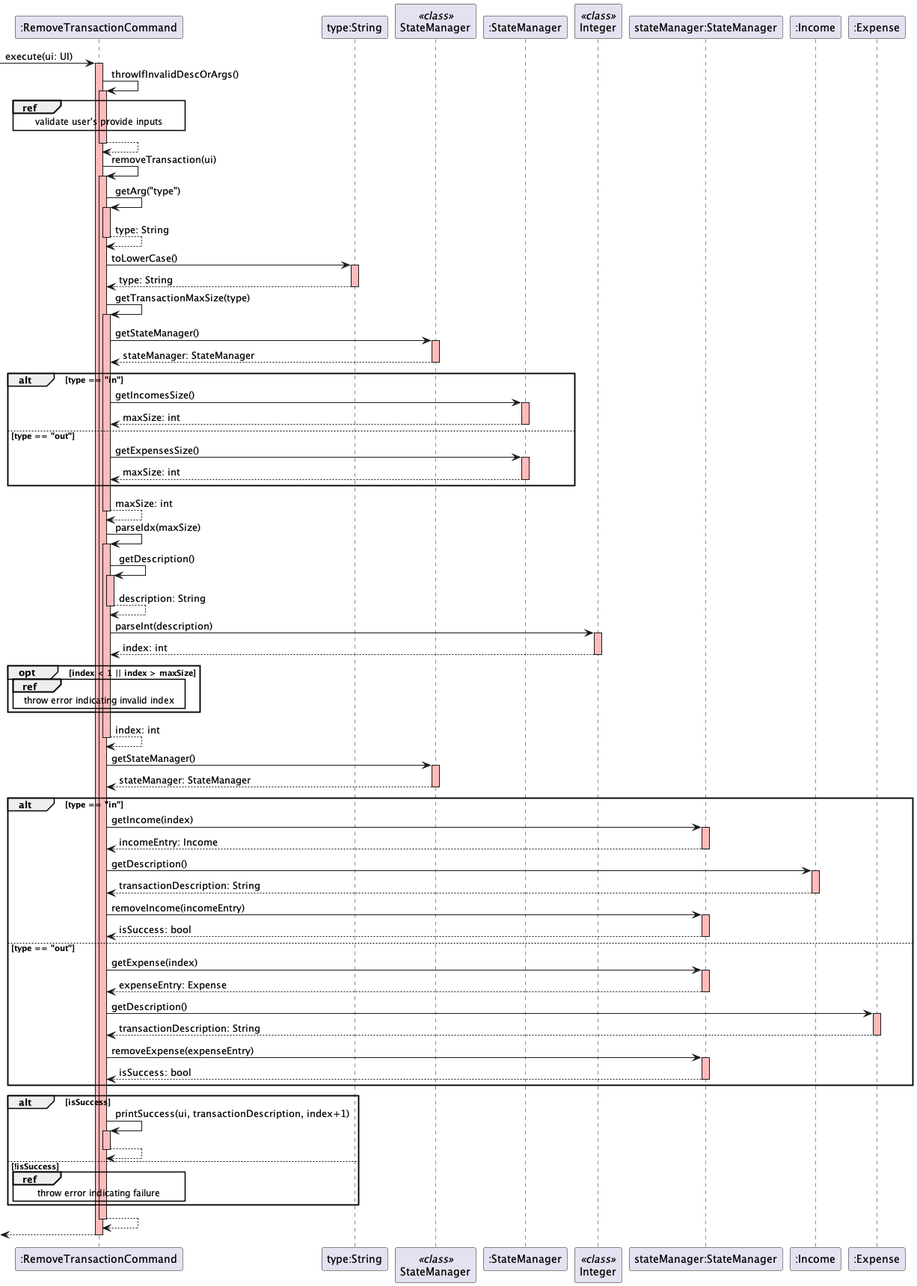
sRanay/tp keeps this PlantUML diagram as docs/images/delete-transaction-feature-sequence.png. Above is the earlier version. Its diagram source:
```plantuml
@startuml
-> ":RemoveTransactionCommand": execute(ui: UI)
activate ":RemoveTransactionCommand" #FFBBBB

":RemoveTransactionCommand" -> ":RemoveTransactionCommand": throwIfInvalidDescOrArgs()
activate ":RemoveTransactionCommand" #FFBBBB
ref over ":RemoveTransactionCommand": validate user's provide inputs
":RemoveTransactionCommand" --> ":RemoveTransactionCommand"
deactivate

":RemoveTransactionCommand" -> ":RemoveTransactionCommand": removeTransaction(ui)
activate ":RemoveTransactionCommand" #FFBBBB
":RemoveTransactionCommand" -> ":RemoveTransactionCommand": getArg("type")
activate ":RemoveTransactionCommand" #FFBBBB
":RemoveTransactionCommand" --> ":RemoveTransactionCommand": type: String
deactivate
":RemoveTransactionCommand" -> "type:String": toLowerCase()
activate "type:String" #FFBBBB
"type:String" --> ":RemoveTransactionCommand": type: String
deactivate

":RemoveTransactionCommand" -> ":RemoveTransactionCommand": getTransactionMaxSize(type)
activate ":RemoveTransactionCommand" #FFBBBB
participant StateManager <<class>>
":RemoveTransactionCommand" -> "StateManager": getStateManager()
activate "StateManager" #FFBBBB
"StateManager" --> ":RemoveTransactionCommand": stateManager: StateManager
deactivate
alt type == "in"
    ":RemoveTransactionCommand" -> ":StateManager": getIncomesSize()
    activate ":StateManager" #FFBBBB
    ":StateManager" --> ":RemoveTransactionCommand": maxSize: int
    deactivate
else type == "out"
    ":RemoveTransactionCommand" -> ":StateManager": getExpensesSize()
    activate ":StateManager" #FFBBBB
    ":StateManager" --> ":RemoveTransactionCommand": maxSize: int
    deactivate
end
":RemoveTransactionCommand" --> ":RemoveTransactionCommand": maxSize: int
deactivate

":RemoveTransactionCommand" -> ":RemoveTransactionCommand": parseIdx(maxSize)
activate ":RemoveTransactionCommand" #FFBBBB
participant Integer <<class>>
":RemoveTransactionCommand" -> ":RemoveTransactionCommand": getDescription()
activate ":RemoveTransactionCommand" #FFBBBB
":RemoveTransactionCommand" --> ":RemoveTransactionCommand": description: String
deactivate
":RemoveTransactionCommand" -> "Integer": parseInt(description)
activate "Integer" #FFBBBB
"Integer" --> ":RemoveTransactionCommand": index: int
deactivate
opt index < 1 || index > maxSize
    ref over ":RemoveTransactionCommand": throw error indicating invalid index
end
":RemoveTransactionCommand" --> ":RemoveTransactionCommand": index: int
deactivate

":RemoveTransactionCommand" -> "StateManager": getStateManager()
activate "StateManager" #FFBBBB
"StateManager" --> ":RemoveTransactionCommand": stateManager: StateManager
deactivate

alt type == "in"
    ":RemoveTransactionCommand" -> "stateManager:StateManager": getIncome(index)
    activate "stateManager:StateManager" #FFBBBB
    "stateManager:StateManager" --> ":RemoveTransactionCommand": incomeEntry: Income
    deactivate
    ":RemoveTransactionCommand" -> ":Income": getDescription()
    activate ":Income" #FFBBBB
    ":Income" --> ":RemoveTransactionCommand": transactionDescription: String
    deactivate
    ":RemoveTransactionCommand" -> "stateManager:StateManager": removeIncome(incomeEntry)
    activate "stateManager:StateManager" #FFBBBB
    "stateManager:StateManager" --> ":RemoveTransactionCommand": isSuccess: bool
    deactivate
else type == "out"
    ":RemoveTransactionCommand" -> "stateManager:StateManager": getExpense(index)
    activate "stateManager:StateManager" #FFBBBB
    "stateManager:StateManager" --> ":RemoveTransactionCommand": expenseEntry: Expense
    deactivate
    ":RemoveTransactionCommand" -> ":Expense": getDescription()
    activate ":Expense" #FFBBBB
    ":Expense" --> ":RemoveTransactionCommand": transactionDescription: String
    deactivate
    ":RemoveTransactionCommand" -> "stateManager:StateManager": removeExpense(expenseEntry)
    activate "stateManager:StateManager" #FFBBBB
    "stateManager:StateManager" --> ":RemoveTransactionCommand": isSuccess: bool
    deactivate
end

alt isSuccess
    ":RemoveTransactionCommand" -> ":RemoveTransactionCommand": printSuccess(ui, transactionDescription, index+1)
    activate ":RemoveTransactionCommand" #FFBBBB
    ":RemoveTransactionCommand" --> ":RemoveTransactionCommand"
    deactivate
else !isSuccess
    ref over ":RemoveTransactionCommand": throw error indicating failure
end

":RemoveTransactionCommand" --> ":RemoveTransactionCommand"
deactivate

<-- ":RemoveTransactionCommand"
deactivate
@enduml
```
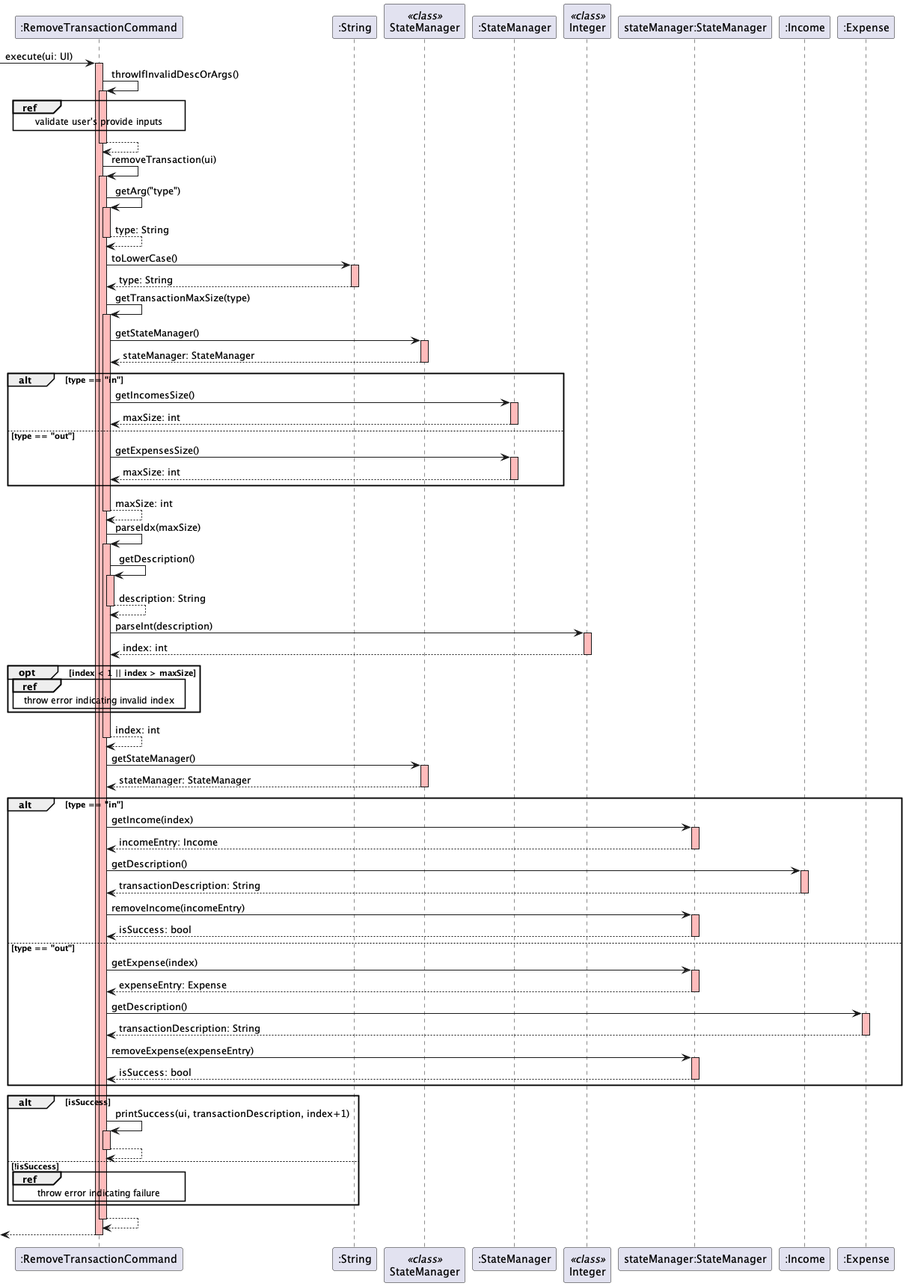
Above is the later version.

Commit message:
Remove name from entity

What changed in the source:
```diff
@@ -14,9 +14,9 @@
 activate ":RemoveTransactionCommand" #FFBBBB
 ":RemoveTransactionCommand" --> ":RemoveTransactionCommand": type: String
 deactivate
-":RemoveTransactionCommand" -> "type:String": toLowerCase()
-activate "type:String" #FFBBBB
-"type:String" --> ":RemoveTransactionCommand": type: String
+":RemoveTransactionCommand" -> ":String": toLowerCase()
+activate ":String" #FFBBBB
+":String" --> ":RemoveTransactionCommand": type: String
 deactivate
 
 ":RemoveTransactionCommand" -> ":RemoveTransactionCommand": getTransactionMaxSize(type)
```
